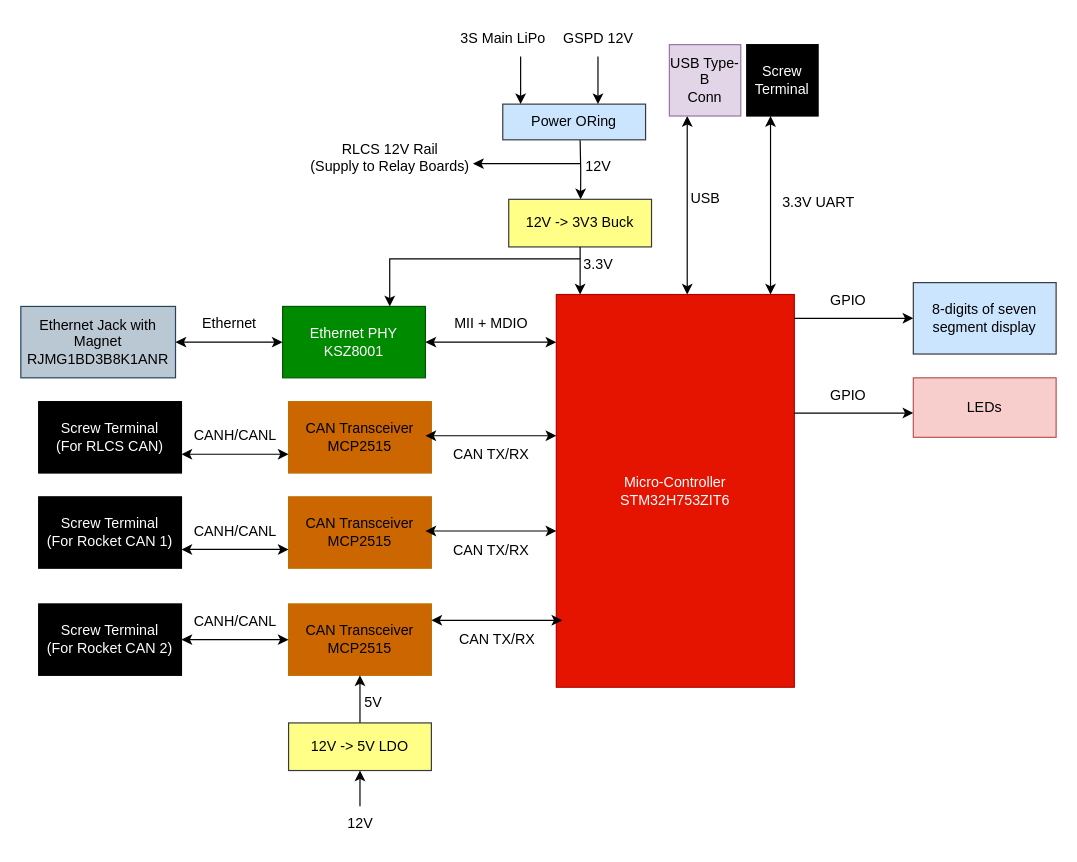
Before: page "Ground Launch Sequencer Board" (2 of 4) of electrical-gse/rlcs-v4/RLCS v4 System Architecture.drawio in waterloo-rocketry/docs, a draw.io diagram. Source tidied: cells renumbered, new cells numbered last; positions are measured from the earlier drawing's top-left corner, leaving out a move shared by most shapes. Both pictures are drawn from the tidied source at 119%, with x=0, y=0 at pixel (20, 20).
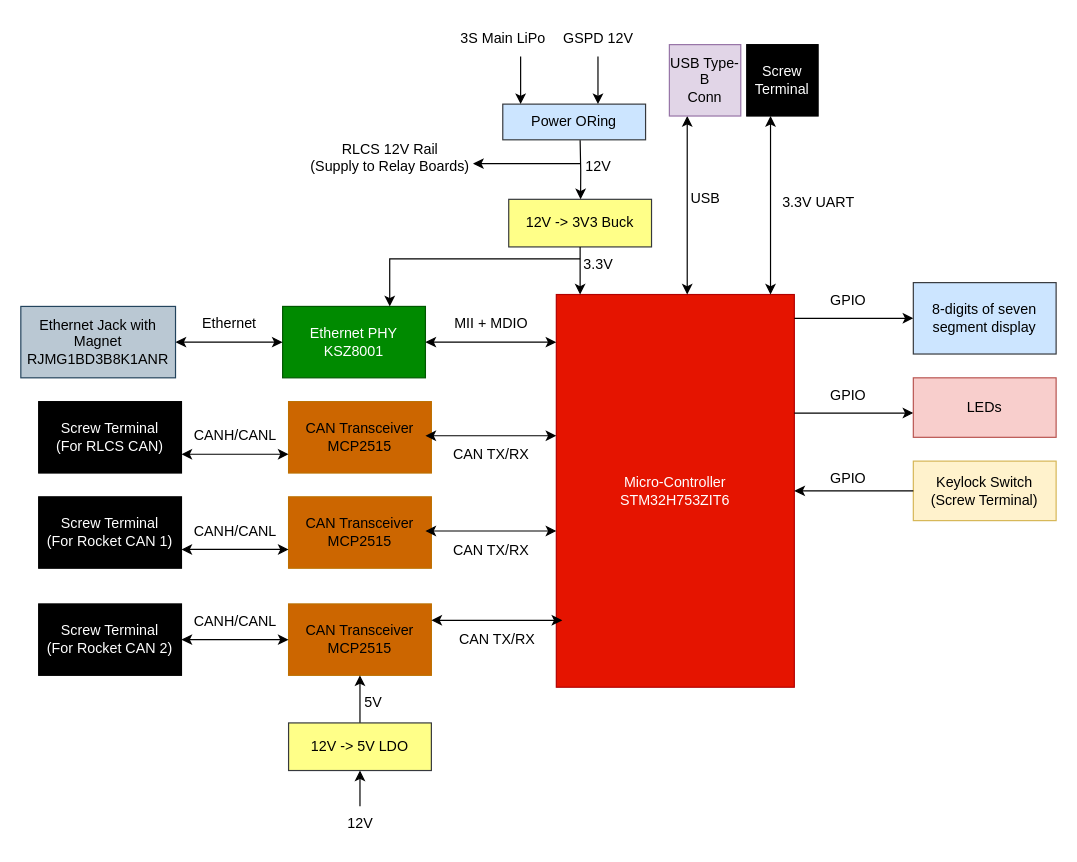
Above is the later version.

The change refers to these unchanged cells:
```xml
<mxCell id="2" value="&lt;div&gt;Micro-Controller&lt;/div&gt;&lt;div&gt;STM32H753ZIT6&lt;/div&gt;" style="rounded=0;whiteSpace=wrap;html=1;fillColor=#e51400;strokeColor=#B20000;fontColor=#ffffff;" parent="1" vertex="1">
  <mxGeometry x="450" y="230" width="200" height="330" as="geometry" />
</mxCell>
```

Change to the diagram source:
```diff
@@
+    <mxCell id="57" value="&lt;div&gt;Keylock Switch&lt;/div&gt;&lt;div&gt;(Screw Terminal)&lt;/div&gt;" style="rounded=0;whiteSpace=wrap;html=1;fillColor=#fff2cc;strokeColor=#d6b656;" parent="1" vertex="1">
+      <mxGeometry x="750" y="370" width="120" height="50" as="geometry" />
+    </mxCell>
+    <mxCell id="58" style="endArrow=classic;html=1;rounded=0;entryX=1;entryY=0.5;entryDx=0;entryDy=0;exitX=0;exitY=0.5;exitDx=0;exitDy=0;" parent="1" edge="1" source="57" target="2">
+      <mxGeometry relative="1" as="geometry" />
+    </mxCell>
+    <mxCell id="59" value="GPIO" style="text;html=1;align=center;verticalAlign=middle;strokeColor=none;fillColor=none;" parent="1" vertex="1">
+      <mxGeometry x="670" y="370" width="50" height="30" as="geometry" />
+    </mxCell>
```
